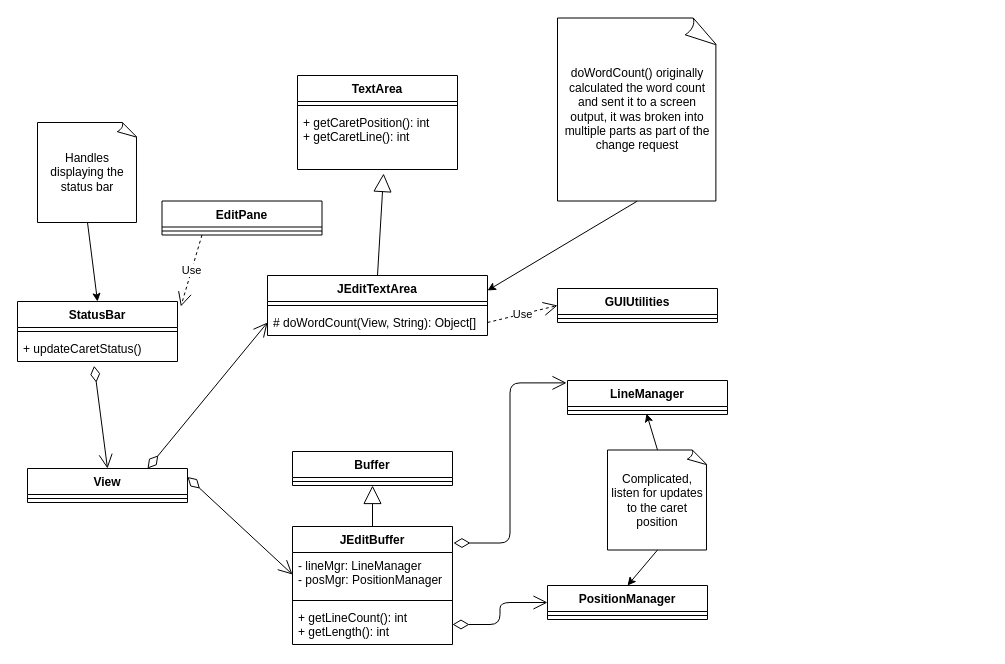
Before: Untitled Diagram.drawio in mrdragan/cs515-s19-reNo-jedit, a draw.io diagram. Source tidied: cells renumbered, new cells numbered last; positions are measured from the earlier drawing's top-left corner, leaving out a move shared by most shapes. Both pictures are drawn from the tidied source at 100%, with x=0, y=0 at pixel (17, 17).
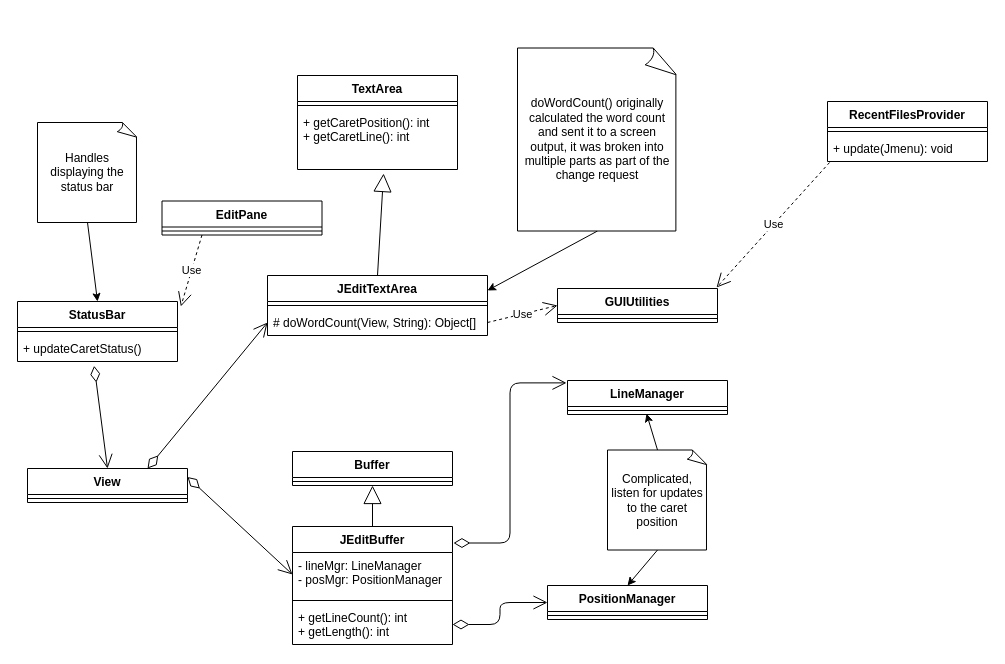
The same page after the edit.

Commit message:
Update class diagram for change request 2

The change refers to these unchanged cells:
```xml
<mxCell id="40" value="GUIUtilities" style="swimlane;fontStyle=1;align=center;verticalAlign=top;horizontal=1;startSize=26;fontColor=none;" parent="1" vertex="1">
  <mxGeometry x="540" y="271" width="160" height="34" as="geometry" />
</mxCell>
```

What changed in the source:
```diff
@@
     <mxCell id="36" value="doWordCount() originally calculated the word count and sent it to a screen output, it was broken into multiple parts as part of the change request" style="whiteSpace=wrap;html=1;shape=mxgraph.basic.document;fontColor=none;" parent="1" vertex="1">
-      <mxGeometry x="540" y="0.5" width="160" height="183" as="geometry" />
+      <mxGeometry x="500" y="30.5" width="160" height="183" as="geometry" />
     </mxCell>
@@
+    <mxCell id="43" value="RecentFilesProvider" style="swimlane;fontStyle=1;align=center;verticalAlign=top;horizontal=1;startSize=26;" parent="1" vertex="1">
+      <mxGeometry x="810" y="84" width="160" height="60" as="geometry" />
+    </mxCell>
+    <mxCell id="44" style="line;strokeWidth=1;fillColor=none;align=left;verticalAlign=middle;spacingTop=-1;spacingLeft=3;spacingRight=3;labelPosition=right;" parent="43" vertex="1">
+      <mxGeometry y="26" width="160" height="8" as="geometry" />
+    </mxCell>
+    <mxCell id="45" value="+ update(Jmenu): void" style="text;strokeColor=none;fillColor=none;align=left;verticalAlign=top;spacingLeft=4;spacingRight=4;overflow=hidden;points=[[0,0.5],[1,0.5]];portConstraint=eastwest;" parent="43" vertex="1">
+      <mxGeometry y="34" width="160" height="26" as="geometry" />
+    </mxCell>
+    <mxCell id="46" value="Use" style="endArrow=open;endSize=12;dashed=1;html=1;fontColor=none;exitX=0.013;exitY=1.038;exitDx=0;exitDy=0;entryX=0.994;entryY=-0.029;entryDx=0;entryDy=0;exitPerimeter=0;entryPerimeter=0;" parent="1" edge="1" source="45" target="40">
+      <mxGeometry relative="1" as="geometry" />
+    </mxCell>
```
